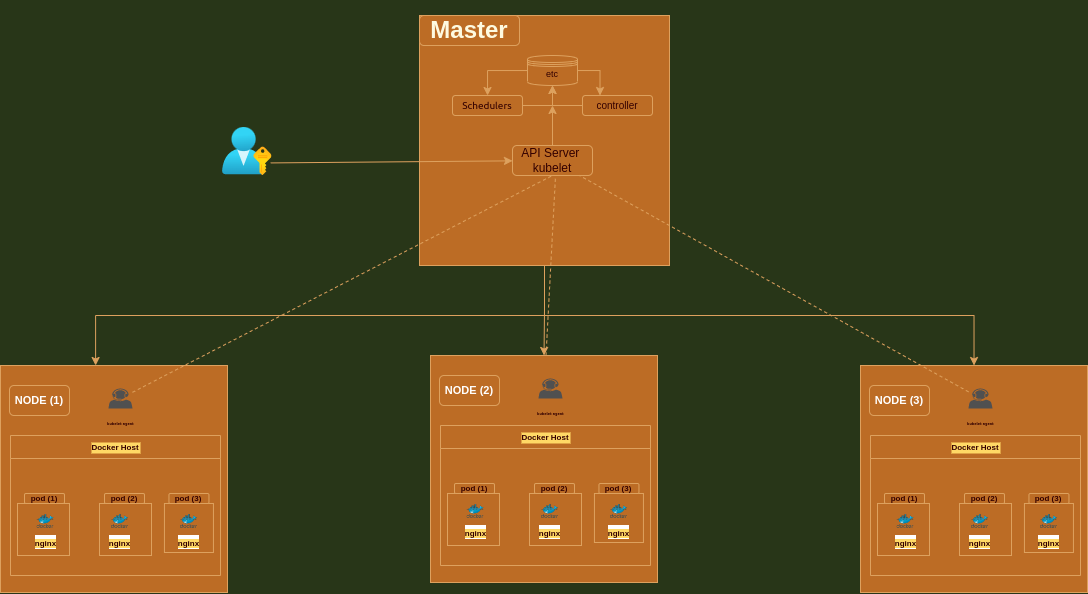
This is images/Kub.png from hossamalsankary/DevOps-journey, a draw.io export, as it was before one commit. Source tidied: cells renumbered, new cells last; positions are measured from the earlier drawing's top-left corner, leaving out a move shared by most shapes.
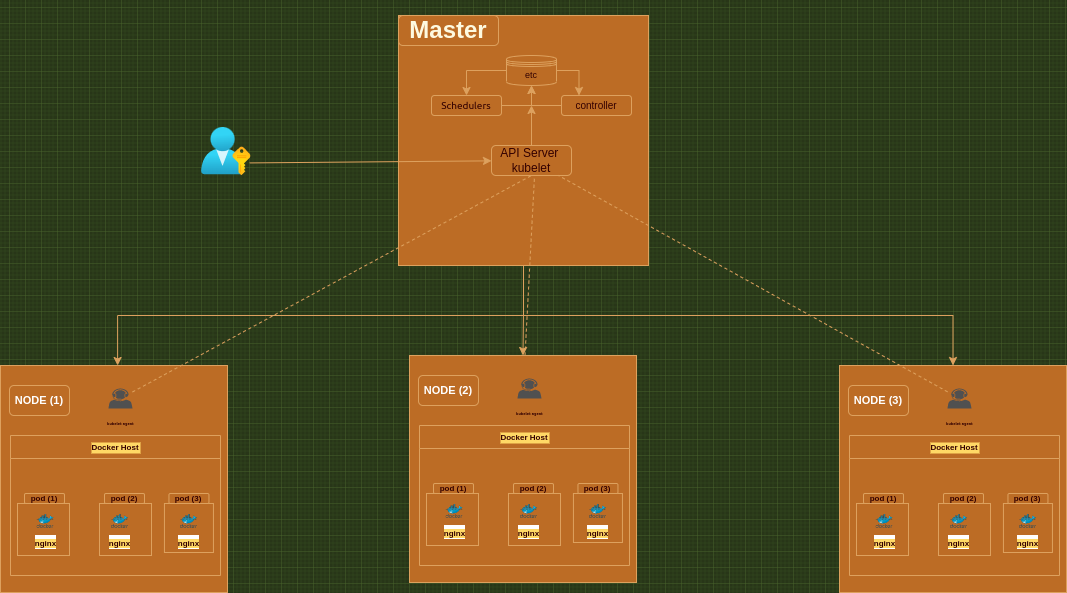
Above is the later version.

The edit, as a diff of the source:
```diff
@@ -1,4 +1,4 @@
-<mxGraphModel background="#283618">
+<mxGraphModel background="#283618" shadow="1">
   <root>
     <mxCell id="0" />
     <mxCell id="1" parent="0" />
@@ -8,11 +8,12 @@
     <mxCell id="3" style="edgeStyle=orthogonalEdgeStyle;rounded=0;jettySize=auto;html=1;exitX=0.5;exitY=1;exitDx=0;exitDy=0;strokeColor=#DDA15E;fontSize=4;fontColor=#330000;fillColor=#BC6C25;" parent="1" edge="1" source="5" target="31">
       <mxGeometry relative="1" as="geometry" />
     </mxCell>
-    <mxCell id="4" style="edgeStyle=orthogonalEdgeStyle;rounded=0;jettySize=auto;html=1;entryX=0.419;entryY=0;entryDx=0;entryDy=0;entryPerimeter=0;strokeColor=#DDA15E;fontSize=4;fontColor=#330000;fillColor=#BC6C25;" parent="1" edge="1" source="5" target="6">
+    <mxCell id="4" style="edgeStyle=orthogonalEdgeStyle;rounded=0;jettySize=auto;html=1;entryX=0.419;entryY=0;entryDx=0;entryDy=0;entryPerimeter=0;strokeColor=#DDA15E;fontSize=4;fontColor=#330000;fillColor=#BC6C25;exitX=0.5;exitY=1;exitDx=0;exitDy=0;" parent="1" edge="1" source="5">
       <mxGeometry relative="1" as="geometry">
+        <mxPoint x="138.1" y="350" as="targetPoint" />
         <Array as="points">
           <mxPoint x="544" y="300" />
-          <mxPoint x="95" y="300" />
+          <mxPoint x="138" y="300" />
         </Array>
       </mxGeometry>
     </mxCell>
@@ -20,7 +21,7 @@
       <mxGeometry x="419" width="250" height="250" as="geometry" />
     </mxCell>
     <mxCell id="6" style="whiteSpace=wrap;html=1;strokeColor=#DDA15E;fontColor=#FEFAE0;fillColor=#BC6C25;" parent="1" vertex="1">
-      <mxGeometry y="350" width="227" height="227" as="geometry" />
+      <mxGeometry x="21" y="350" width="227" height="227" as="geometry" />
     </mxCell>
     <mxCell id="7" value="&lt;h1&gt;&lt;b&gt;Master&lt;/b&gt;&lt;/h1&gt;" style="rounded=1;whiteSpace=wrap;html=1;strokeColor=#DDA15E;fontColor=#FEFAE0;fillColor=#BC6C25;" parent="1" vertex="1">
       <mxGeometry x="419" width="100" height="30" as="geometry" />
@@ -63,40 +64,40 @@
       <mxGeometry x="527" y="40" width="50" height="30" as="geometry" />
     </mxCell>
     <mxCell id="19" value="&lt;font size=&quot;1&quot; style=&quot;&quot; color=&quot;#ffffff&quot;&gt;&lt;b style=&quot;font-size: 11px;&quot;&gt;NODE (1)&lt;/b&gt;&lt;/font&gt;" style="rounded=1;whiteSpace=wrap;html=1;strokeColor=#DDA15E;fontSize=9;fontColor=#330000;fillColor=#BC6C25;" parent="1" vertex="1">
-      <mxGeometry x="9" y="370" width="60" height="30" as="geometry" />
+      <mxGeometry x="30" y="370" width="60" height="30" as="geometry" />
     </mxCell>
     <mxCell id="20" value="&lt;span style=&quot;font-family: -apple-system, BlinkMacSystemFont, &amp;quot;Segoe WPC&amp;quot;, &amp;quot;Segoe UI&amp;quot;, system-ui, Ubuntu, &amp;quot;Droid Sans&amp;quot;, sans-serif; text-align: left;&quot;&gt;&lt;b style=&quot;&quot;&gt;&lt;font style=&quot;font-size: 4px;&quot; color=&quot;#330000&quot;&gt;kubelet agent&lt;/font&gt;&lt;/b&gt;&lt;/span&gt;" style="sketch=0;shadow=0;dashed=0;html=1;strokeColor=none;fillColor=#505050;labelPosition=center;verticalLabelPosition=bottom;verticalAlign=top;outlineConnect=0;align=center;shape=mxgraph.office.users.call_center_agent;fontSize=11;fontColor=#FFFFFF;" parent="1" vertex="1">
-      <mxGeometry x="108" y="373" width="24" height="20" as="geometry" />
+      <mxGeometry x="129" y="373" width="24" height="20" as="geometry" />
     </mxCell>
     <mxCell id="21" style="whiteSpace=wrap;html=1;strokeColor=#DDA15E;fontSize=9;fontColor=#330000;fillColor=#BC6C25;" parent="1" vertex="1">
-      <mxGeometry x="99" y="488" width="52" height="52" as="geometry" />
+      <mxGeometry x="120" y="488" width="52" height="52" as="geometry" />
     </mxCell>
     <mxCell id="22" value="&lt;font style=&quot;font-size: 8px;&quot;&gt;&lt;b style=&quot;line-height: 1;&quot;&gt;pod (2)&lt;/b&gt;&lt;/font&gt;" style="rounded=1;whiteSpace=wrap;html=1;strokeColor=#DDA15E;fontSize=9;fontColor=#330000;fillColor=#BC6C25;" parent="1" vertex="1">
-      <mxGeometry x="104" y="478" width="40" height="10" as="geometry" />
+      <mxGeometry x="125" y="478" width="40" height="10" as="geometry" />
     </mxCell>
     <mxCell id="23" value="&lt;font style=&quot;font-size: 8px; line-height: 0.6;&quot;&gt;&lt;b style=&quot;background-color: rgb(255, 217, 102);&quot;&gt;nginx&lt;/b&gt;&lt;/font&gt;" style="sketch=0;html=1;align=center;image;fontSize=12;image=img/lib/mscae/Docker.svg;strokeColor=#DDA15E;fontColor=#330000;fillColor=#BC6C25;" parent="1" vertex="1">
-      <mxGeometry x="110.9" y="499" width="17.1" height="14" as="geometry" />
+      <mxGeometry x="131.9" y="499" width="17.1" height="14" as="geometry" />
     </mxCell>
     <mxCell id="24" style="whiteSpace=wrap;html=1;strokeColor=#DDA15E;fontSize=9;fontColor=#330000;fillColor=#BC6C25;" parent="1" vertex="1">
-      <mxGeometry x="17" y="488" width="52" height="52" as="geometry" />
+      <mxGeometry x="38" y="488" width="52" height="52" as="geometry" />
     </mxCell>
     <mxCell id="25" value="&lt;font style=&quot;font-size: 8px;&quot;&gt;&lt;b style=&quot;line-height: 1;&quot;&gt;pod (1)&lt;/b&gt;&lt;/font&gt;" style="rounded=1;whiteSpace=wrap;html=1;strokeColor=#DDA15E;fontSize=9;fontColor=#330000;fillColor=#BC6C25;" parent="1" vertex="1">
-      <mxGeometry x="24" y="478" width="40" height="10" as="geometry" />
+      <mxGeometry x="45" y="478" width="40" height="10" as="geometry" />
     </mxCell>
     <mxCell id="26" value="&lt;font style=&quot;font-size: 8px; line-height: 0.6;&quot;&gt;&lt;b style=&quot;background-color: rgb(255, 217, 102);&quot;&gt;nginx&lt;/b&gt;&lt;/font&gt;" style="sketch=0;html=1;align=center;image;fontSize=12;image=img/lib/mscae/Docker.svg;strokeColor=#DDA15E;fontColor=#330000;fillColor=#BC6C25;" parent="1" vertex="1">
-      <mxGeometry x="36.5" y="499" width="17.1" height="14" as="geometry" />
+      <mxGeometry x="57.5" y="499" width="17.1" height="14" as="geometry" />
     </mxCell>
     <mxCell id="27" style="whiteSpace=wrap;html=1;strokeColor=#DDA15E;fontSize=9;fontColor=#330000;fillColor=#BC6C25;" parent="1" vertex="1">
-      <mxGeometry x="163.9" y="488" width="49" height="49" as="geometry" />
+      <mxGeometry x="185" y="488" width="49" height="49" as="geometry" />
     </mxCell>
     <mxCell id="28" value="&lt;font style=&quot;font-size: 8px;&quot;&gt;&lt;b style=&quot;line-height: 1;&quot;&gt;pod (3)&lt;/b&gt;&lt;/font&gt;" style="rounded=1;whiteSpace=wrap;html=1;strokeColor=#DDA15E;fontSize=9;fontColor=#330000;fillColor=#BC6C25;" parent="1" vertex="1">
-      <mxGeometry x="168.4" y="478" width="40" height="10" as="geometry" />
+      <mxGeometry x="189.5" y="478" width="40" height="10" as="geometry" />
     </mxCell>
     <mxCell id="29" value="&lt;font style=&quot;font-size: 8px; line-height: 0.6;&quot;&gt;&lt;b style=&quot;background-color: rgb(255, 217, 102);&quot;&gt;nginx&lt;/b&gt;&lt;/font&gt;" style="sketch=0;html=1;align=center;image;fontSize=12;image=img/lib/mscae/Docker.svg;strokeColor=#DDA15E;fontColor=#330000;fillColor=#BC6C25;" parent="1" vertex="1">
-      <mxGeometry x="179.9" y="499" width="17.1" height="14" as="geometry" />
+      <mxGeometry x="200.9" y="499" width="17.1" height="14" as="geometry" />
     </mxCell>
     <mxCell id="30" value="Docker Host" style="swimlane;labelBackgroundColor=#FFD966;strokeColor=#DDA15E;fontSize=8;fontColor=#330000;fillColor=#BC6C25;" parent="1" vertex="1" collapsed="1">
-      <mxGeometry x="10" y="420" width="210" height="140" as="geometry" />
+      <mxGeometry x="31" y="420" width="210" height="140" as="geometry" />
     </mxCell>
     <mxCell id="31" style="whiteSpace=wrap;html=1;strokeColor=#DDA15E;fontColor=#FEFAE0;fillColor=#BC6C25;" parent="1" vertex="1">
       <mxGeometry x="860" y="350" width="227" height="227" as="geometry" />
```
